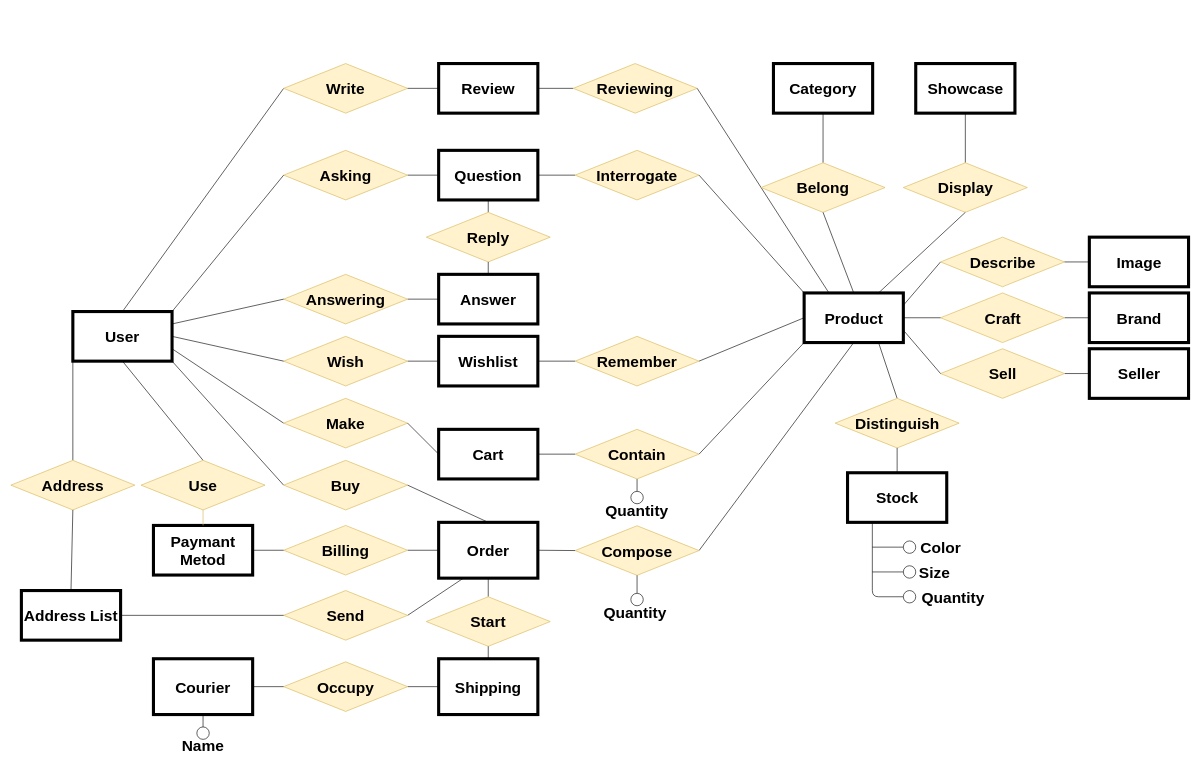
Coccio98/Tecnologie-del-web keeps this draw.io diagram as Tecnologie del web.drawio. Above is the earlier version. Source tidied: cells renumbered, new cells numbered last; positions are measured from the earlier drawing's top-left corner, leaving out a move shared by most shapes. Both pictures are drawn from the tidied source at 62%, with x=0, y=0 at pixel (11, 63).
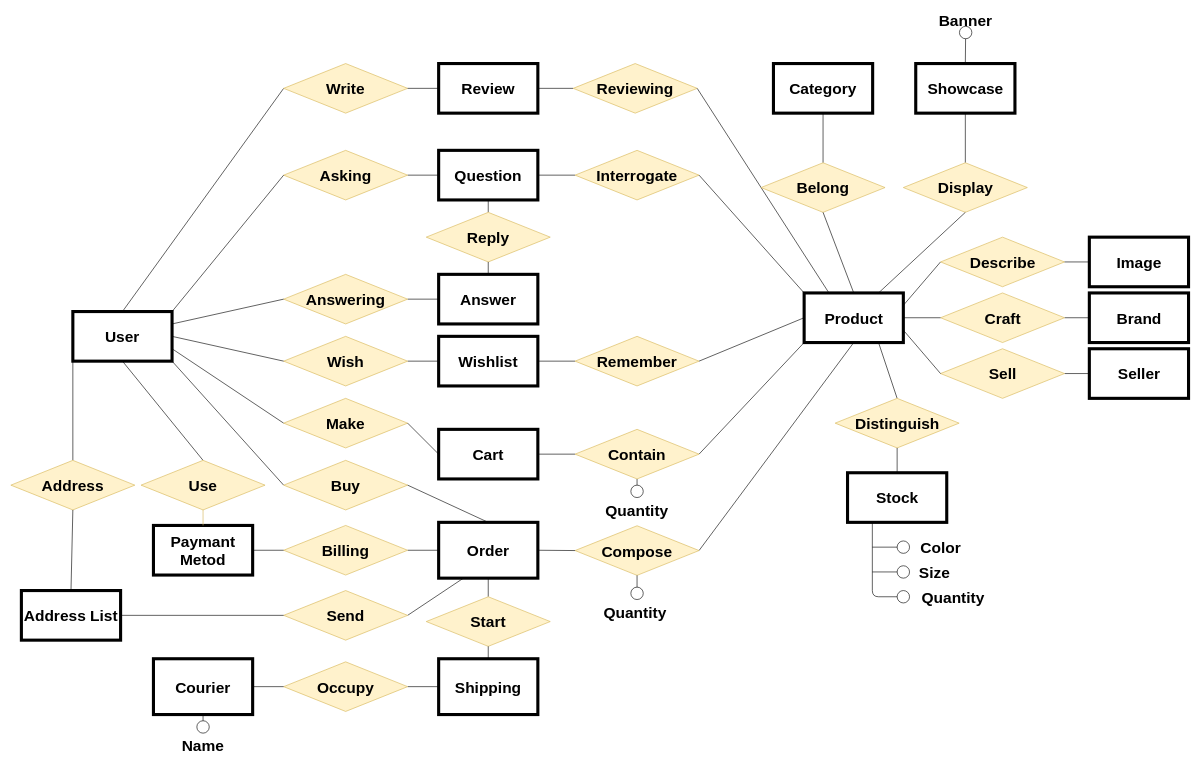
The same page after the edit.

Unchanged cells that the change refers to:
```xml
<mxCell id="31" value="Stock" style="rounded=0;whiteSpace=wrap;html=1;fontSize=25;fontStyle=1;strokeWidth=5;" parent="1" vertex="1">
  <mxGeometry x="1349.5" y="660" width="160" height="80" as="geometry" />
</mxCell>
<mxCell id="38" value="Courier" style="rounded=0;whiteSpace=wrap;html=1;fontSize=25;fontStyle=1;strokeWidth=5;" parent="1" vertex="1">
  <mxGeometry x="230" y="960" width="160" height="90" as="geometry" />
</mxCell>
<mxCell id="41" value="Showcase" style="rounded=0;whiteSpace=wrap;html=1;fontSize=25;fontStyle=1;strokeWidth=5;" parent="1" vertex="1">
  <mxGeometry x="1459.5" width="160" height="80" as="geometry" />
</mxCell>
<mxCell id="75" value="Compose" style="rhombus;whiteSpace=wrap;html=1;fontSize=25;fontStyle=1;fillColor=#fff2cc;strokeColor=#d6b656;" parent="1" vertex="1">
  <mxGeometry x="910" y="745.5" width="200" height="80" as="geometry" />
</mxCell>
<mxCell id="82" value="Contain" style="rhombus;whiteSpace=wrap;html=1;fontSize=25;fontStyle=1;fillColor=#fff2cc;strokeColor=#d6b656;" parent="1" vertex="1">
  <mxGeometry x="910" y="590" width="200" height="80" as="geometry" />
</mxCell>
```

Change to the diagram source:
```diff
@@
-    <mxCell id="77" style="endArrow=none;html=1;fontSize=25;entryX=0.5;entryY=1;entryDx=0;entryDy=0;exitX=0.5;exitY=0;exitDx=0;exitDy=0;" parent="1" edge="1" source="78" target="75">
-      <mxGeometry relative="1" as="geometry" />
+    <mxCell id="77" style="endArrow=none;html=1;fontSize=25;entryX=0.5;entryY=1;entryDx=0;entryDy=0;exitX=0.5;exitY=0;exitDx=0;exitDy=0;startArrow=oval;startFill=0;startSize=20;" parent="1" edge="1" target="75">
+      <mxGeometry relative="1" as="geometry">
+        <mxPoint x="1010" y="854.5" as="sourcePoint" />
+      </mxGeometry>
     </mxCell>
-    <mxCell id="78" style="ellipse;whiteSpace=wrap;html=1;fontSize=25;" parent="1" vertex="1">
-      <mxGeometry x="1000" y="854.5" width="20" height="20" as="geometry" />
-    </mxCell>
@@
-    <mxCell id="80" style="endArrow=none;html=1;fontSize=25;entryX=0.5;entryY=1;entryDx=0;entryDy=0;exitX=0.5;exitY=0;exitDx=0;exitDy=0;" parent="1" edge="1" source="81" target="82">
-      <mxGeometry relative="1" as="geometry" />
+    <mxCell id="80" style="endArrow=none;html=1;fontSize=25;entryX=0.5;entryY=1;entryDx=0;entryDy=0;exitX=0.5;exitY=0;exitDx=0;exitDy=0;startArrow=oval;startFill=0;startSize=20;" parent="1" edge="1" target="82">
+      <mxGeometry relative="1" as="geometry">
+        <mxPoint x="1010" y="690" as="sourcePoint" />
+      </mxGeometry>
     </mxCell>
-    <mxCell id="81" style="ellipse;whiteSpace=wrap;html=1;fontSize=25;" parent="1" vertex="1">
-      <mxGeometry x="1000" y="690" width="20" height="20" as="geometry" />
-    </mxCell>
@@
-    <mxCell id="90" style="endArrow=none;html=1;fontSize=25;entryX=0.5;entryY=0;entryDx=0;entryDy=0;exitX=0.5;exitY=1;exitDx=0;exitDy=0;" parent="1" edge="1" source="38" target="91">
-      <mxGeometry relative="1" as="geometry" />
+    <mxCell id="90" style="endArrow=oval;html=1;fontSize=25;entryX=0.5;entryY=0;entryDx=0;entryDy=0;exitX=0.5;exitY=1;exitDx=0;exitDy=0;startSize=6;startArrow=none;startFill=0;endSize=20;endFill=0;" parent="1" edge="1" source="38">
+      <mxGeometry relative="1" as="geometry">
+        <mxPoint x="310" y="1070" as="targetPoint" />
+      </mxGeometry>
     </mxCell>
-    <mxCell id="91" style="ellipse;whiteSpace=wrap;html=1;fontSize=25;" parent="1" vertex="1">
-      <mxGeometry x="300" y="1070" width="20" height="20" as="geometry" />
-    </mxCell>
@@
-    <mxCell id="104" style="endArrow=none;html=1;fontSize=25;entryX=0.25;entryY=1;entryDx=0;entryDy=0;exitX=0;exitY=0.5;exitDx=0;exitDy=0;" parent="1" edge="1" source="105" target="31">
+    <mxCell id="104" style="endArrow=none;html=1;fontSize=25;entryX=0.25;entryY=1;entryDx=0;entryDy=0;exitX=0;exitY=0.5;exitDx=0;exitDy=0;startArrow=oval;startFill=0;startSize=20;" parent="1" edge="1" target="31">
       <mxGeometry relative="1" as="geometry">
+        <mxPoint x="1439.5" y="860" as="sourcePoint" />
         <Array as="points">
           <mxPoint x="1389.5" y="860" />
         </Array>
       </mxGeometry>
     </mxCell>
-    <mxCell id="105" style="ellipse;whiteSpace=wrap;html=1;fontSize=25;" parent="1" vertex="1">
-      <mxGeometry x="1439.5" y="850" width="20" height="20" as="geometry" />
-    </mxCell>
-    <mxCell id="106" style="endArrow=none;html=1;fontSize=25;exitX=0;exitY=0.5;exitDx=0;exitDy=0;" parent="1" edge="1" source="108">
+    <mxCell id="106" style="endArrow=none;html=1;fontSize=25;exitX=0;exitY=0.5;exitDx=0;exitDy=0;startArrow=oval;startFill=0;startSize=20;" parent="1" edge="1">
       <mxGeometry relative="1" as="geometry">
+        <mxPoint x="1439.5" y="820" as="sourcePoint" />
         <mxPoint x="1389.5" y="820" as="targetPoint" />
       </mxGeometry>
     </mxCell>
-    <mxCell id="107" style="endArrow=none;html=1;fontSize=25;exitX=0;exitY=0.5;exitDx=0;exitDy=0;" parent="1" edge="1" source="109">
+    <mxCell id="107" style="endArrow=none;html=1;fontSize=25;exitX=0;exitY=0.5;exitDx=0;exitDy=0;startArrow=oval;startFill=0;startSize=20;" parent="1" edge="1">
       <mxGeometry relative="1" as="geometry">
+        <mxPoint x="1439.5" y="780" as="sourcePoint" />
         <mxPoint x="1389.5" y="780" as="targetPoint" />
       </mxGeometry>
     </mxCell>
-    <mxCell id="108" style="ellipse;whiteSpace=wrap;html=1;fontSize=25;" parent="1" vertex="1">
-      <mxGeometry x="1439.5" y="810" width="20" height="20" as="geometry" />
-    </mxCell>
-    <mxCell id="109" style="ellipse;whiteSpace=wrap;html=1;fontSize=25;" parent="1" vertex="1">
-      <mxGeometry x="1439.5" y="770" width="20" height="20" as="geometry" />
-    </mxCell>
+    <mxCell id="110" style="endArrow=none;html=1;entryX=0.5;entryY=0;entryDx=0;entryDy=0;startArrow=oval;startFill=0;startSize=20;" parent="1" edge="1" target="41">
+      <mxGeometry relative="1" as="geometry">
+        <mxPoint x="1540" y="-50" as="sourcePoint" />
+      </mxGeometry>
+    </mxCell>
+    <mxCell id="111" value="Banner" style="text;html=1;strokeColor=none;fillColor=none;align=center;verticalAlign=middle;whiteSpace=wrap;rounded=0;fontSize=25;fontStyle=1;" parent="1" vertex="1">
+      <mxGeometry x="1519.5" y="-80" width="40" height="20" as="geometry" />
+    </mxCell>
```
